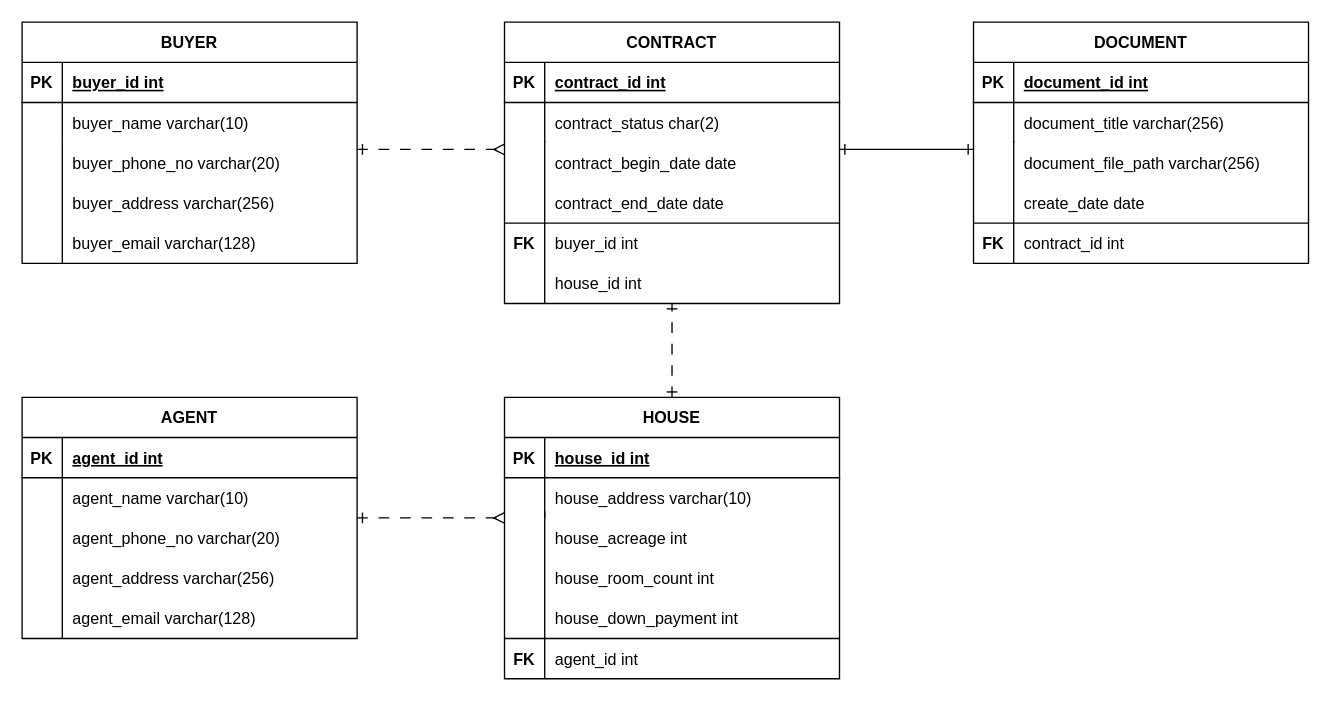
Earlier version of the draw.io diagram 제목 없는 다이어그램.drawio (lkis71/core). Source tidied: cells renumbered, new cells numbered last; positions are measured from the earlier drawing's top-left corner, leaving out a move shared by most shapes. Both pictures are drawn from the tidied source at 134%, with x=0, y=0 at pixel (21, 21).
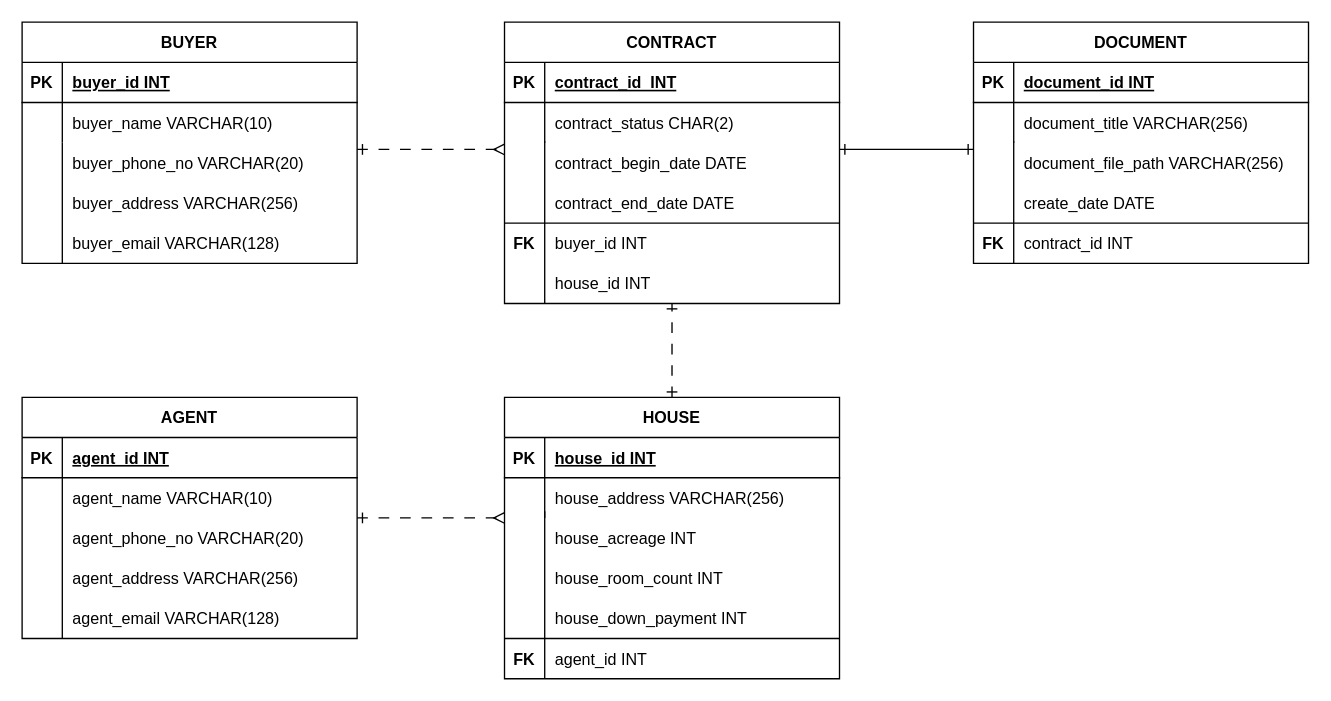
After the change.

Commit message:
컬럼 타입 대문자로 변경

The change refers to these unchanged cells:
```xml
<mxCell id="3" style="shape=partialRectangle;fillColor=none;top=0;left=0;right=0;bottom=1;" parent="2" vertex="1">
  <mxGeometry y="30" width="250" height="30" as="geometry" />
</mxCell>
<mxCell id="6" style="shape=partialRectangle;fillColor=none;top=0;left=0;right=0;bottom=0;" parent="2" vertex="1">
  <mxGeometry y="60" width="250" height="30" as="geometry" />
</mxCell>
<mxCell id="14" style="shape=partialRectangle;fillColor=none;top=0;left=0;right=0;bottom=1;" parent="13" vertex="1">
  <mxGeometry y="30" width="250" height="30" as="geometry" />
</mxCell>
<mxCell id="17" style="shape=partialRectangle;fillColor=none;top=0;left=0;right=0;bottom=0;" parent="13" vertex="1">
  <mxGeometry y="60" width="250" height="30" as="geometry" />
</mxCell>
<mxCell id="21" style="shape=partialRectangle;fillColor=none;top=0;left=0;right=0;bottom=1;" parent="20" vertex="1">
  <mxGeometry y="30" width="250" height="30" as="geometry" />
</mxCell>
<mxCell id="24" style="shape=partialRectangle;fillColor=none;top=0;left=0;right=0;bottom=0;" parent="20" vertex="1">
  <mxGeometry y="60" width="250" height="30" as="geometry" />
</mxCell>
<mxCell id="28" style="shape=partialRectangle;fillColor=none;top=0;left=0;right=0;bottom=1;" parent="27" vertex="1">
  <mxGeometry y="30" width="250" height="30" as="geometry" />
</mxCell>
<mxCell id="31" style="shape=partialRectangle;fillColor=none;top=0;left=0;right=0;bottom=0;" parent="27" vertex="1">
  <mxGeometry y="60" width="250" height="30" as="geometry" />
</mxCell>
<mxCell id="35" style="shape=partialRectangle;fillColor=none;top=0;left=0;right=0;bottom=1;" parent="34" vertex="1">
  <mxGeometry y="30" width="250" height="30" as="geometry" />
</mxCell>
<mxCell id="38" style="shape=partialRectangle;fillColor=none;top=0;left=0;right=0;bottom=0;" parent="34" vertex="1">
  <mxGeometry y="60" width="250" height="30" as="geometry" />
</mxCell>
```

Diff of the diagram source:
```diff
@@
-    <mxCell id="5" value="buyer_id int" style="shape=partialRectangle;overflow=hidden;fillColor=none;top=0;left=0;bottom=0;right=0;align=left;spacingLeft=6;fontStyle=5;" parent="3" vertex="1">
+    <mxCell id="5" value="buyer_id INT" style="shape=partialRectangle;overflow=hidden;fillColor=none;top=0;left=0;bottom=0;right=0;align=left;spacingLeft=6;fontStyle=5;" parent="3" vertex="1">
       <mxGeometry x="30" width="220" height="30" as="geometry" />
     </mxCell>
@@
-    <mxCell id="8" value="buyer_name varchar(10)" style="shape=partialRectangle;overflow=hidden;fillColor=none;top=0;left=0;bottom=0;right=0;align=left;spacingLeft=6;" parent="6" vertex="1">
+    <mxCell id="8" value="buyer_name VARCHAR(10)" style="shape=partialRectangle;overflow=hidden;fillColor=none;top=0;left=0;bottom=0;right=0;align=left;spacingLeft=6;" parent="6" vertex="1">
       <mxGeometry x="30" width="220" height="30" as="geometry" />
     </mxCell>
-    <mxCell id="9" value="buyer_phone_no varchar(20)" style="shape=partialRectangle;overflow=hidden;fillColor=none;top=0;left=0;bottom=0;right=0;align=left;spacingLeft=6;" parent="1" vertex="1">
+    <mxCell id="9" value="buyer_phone_no VARCHAR(20)" style="shape=partialRectangle;overflow=hidden;fillColor=none;top=0;left=0;bottom=0;right=0;align=left;spacingLeft=6;" parent="1" vertex="1">
       <mxGeometry x="30" y="90" width="220" height="30" as="geometry" />
     </mxCell>
-    <mxCell id="10" value="buyer_address varchar(256)" style="shape=partialRectangle;overflow=hidden;fillColor=none;top=0;left=0;bottom=0;right=0;align=left;spacingLeft=6;" parent="1" vertex="1">
+    <mxCell id="10" value="buyer_address VARCHAR(256)" style="shape=partialRectangle;overflow=hidden;fillColor=none;top=0;left=0;bottom=0;right=0;align=left;spacingLeft=6;" parent="1" vertex="1">
       <mxGeometry x="30" y="120" width="220" height="30" as="geometry" />
     </mxCell>
-    <mxCell id="11" value="buyer_email varchar(128)" style="shape=partialRectangle;overflow=hidden;fillColor=none;top=0;left=0;bottom=0;right=0;align=left;spacingLeft=6;" parent="1" vertex="1">
+    <mxCell id="11" value="buyer_email VARCHAR(128)" style="shape=partialRectangle;overflow=hidden;fillColor=none;top=0;left=0;bottom=0;right=0;align=left;spacingLeft=6;" parent="1" vertex="1">
       <mxGeometry x="30" y="150" width="220" height="30" as="geometry" />
     </mxCell>
@@
-    <mxCell id="16" value="contract_id int" style="shape=partialRectangle;overflow=hidden;fillColor=none;top=0;left=0;bottom=0;right=0;align=left;spacingLeft=6;fontStyle=5;" parent="14" vertex="1">
+    <mxCell id="16" value="contract_id  INT" style="shape=partialRectangle;overflow=hidden;fillColor=none;top=0;left=0;bottom=0;right=0;align=left;spacingLeft=6;fontStyle=5;" parent="14" vertex="1">
       <mxGeometry x="30" width="220" height="30" as="geometry" />
     </mxCell>
@@
-    <mxCell id="19" value="contract_status char(2)" style="shape=partialRectangle;overflow=hidden;fillColor=none;top=0;left=0;bottom=0;right=0;align=left;spacingLeft=6;" parent="17" vertex="1">
+    <mxCell id="19" value="contract_status CHAR(2)" style="shape=partialRectangle;overflow=hidden;fillColor=none;top=0;left=0;bottom=0;right=0;align=left;spacingLeft=6;" parent="17" vertex="1">
       <mxGeometry x="30" width="220" height="30" as="geometry" />
     </mxCell>
@@
-    <mxCell id="23" value="document_id int" style="shape=partialRectangle;overflow=hidden;fillColor=none;top=0;left=0;bottom=0;right=0;align=left;spacingLeft=6;fontStyle=5;" parent="21" vertex="1">
+    <mxCell id="23" value="document_id INT" style="shape=partialRectangle;overflow=hidden;fillColor=none;top=0;left=0;bottom=0;right=0;align=left;spacingLeft=6;fontStyle=5;" parent="21" vertex="1">
       <mxGeometry x="30" width="220" height="30" as="geometry" />
     </mxCell>
@@
-    <mxCell id="26" value="document_title varchar(256)" style="shape=partialRectangle;overflow=hidden;fillColor=none;top=0;left=0;bottom=0;right=0;align=left;spacingLeft=6;" parent="24" vertex="1">
+    <mxCell id="26" value="document_title VARCHAR(256)" style="shape=partialRectangle;overflow=hidden;fillColor=none;top=0;left=0;bottom=0;right=0;align=left;spacingLeft=6;" parent="24" vertex="1">
       <mxGeometry x="30" width="220" height="30" as="geometry" />
     </mxCell>
@@
-    <mxCell id="30" value="house_id int" style="shape=partialRectangle;overflow=hidden;fillColor=none;top=0;left=0;bottom=0;right=0;align=left;spacingLeft=6;fontStyle=5;" parent="28" vertex="1">
+    <mxCell id="30" value="house_id INT" style="shape=partialRectangle;overflow=hidden;fillColor=none;top=0;left=0;bottom=0;right=0;align=left;spacingLeft=6;fontStyle=5;" parent="28" vertex="1">
       <mxGeometry x="30" width="220" height="30" as="geometry" />
     </mxCell>
@@
-    <mxCell id="33" value="house_address varchar(10)" style="shape=partialRectangle;overflow=hidden;fillColor=none;top=0;left=0;bottom=0;right=0;align=left;spacingLeft=6;" parent="31" vertex="1">
+    <mxCell id="33" value="house_address VARCHAR(256)" style="shape=partialRectangle;overflow=hidden;fillColor=none;top=0;left=0;bottom=0;right=0;align=left;spacingLeft=6;" parent="31" vertex="1">
       <mxGeometry x="30" width="220" height="30" as="geometry" />
     </mxCell>
@@
-    <mxCell id="37" value="agent_id int" style="shape=partialRectangle;overflow=hidden;fillColor=none;top=0;left=0;bottom=0;right=0;align=left;spacingLeft=6;fontStyle=5;" parent="35" vertex="1">
+    <mxCell id="37" value="agent_id INT" style="shape=partialRectangle;overflow=hidden;fillColor=none;top=0;left=0;bottom=0;right=0;align=left;spacingLeft=6;fontStyle=5;" parent="35" vertex="1">
       <mxGeometry x="30" width="220" height="30" as="geometry" />
     </mxCell>
@@
-    <mxCell id="40" value="agent_name varchar(10)" style="shape=partialRectangle;overflow=hidden;fillColor=none;top=0;left=0;bottom=0;right=0;align=left;spacingLeft=6;" parent="38" vertex="1">
+    <mxCell id="40" value="agent_name VARCHAR(10)" style="shape=partialRectangle;overflow=hidden;fillColor=none;top=0;left=0;bottom=0;right=0;align=left;spacingLeft=6;" parent="38" vertex="1">
       <mxGeometry x="30" width="220" height="30" as="geometry" />
     </mxCell>
@@
-    <mxCell id="45" value="contract_end_date date" style="shape=partialRectangle;overflow=hidden;fillColor=none;top=0;left=0;bottom=0;right=0;align=left;spacingLeft=6;" parent="1" vertex="1">
+    <mxCell id="45" value="contract_end_date DATE" style="shape=partialRectangle;overflow=hidden;fillColor=none;top=0;left=0;bottom=0;right=0;align=left;spacingLeft=6;" parent="1" vertex="1">
       <mxGeometry x="390" y="120" width="220" height="30" as="geometry" />
     </mxCell>
-    <mxCell id="46" value="buyer_id int" style="shape=partialRectangle;overflow=hidden;fillColor=none;top=0;left=0;bottom=0;right=0;align=left;spacingLeft=6;" parent="1" vertex="1">
+    <mxCell id="46" value="buyer_id INT" style="shape=partialRectangle;overflow=hidden;fillColor=none;top=0;left=0;bottom=0;right=0;align=left;spacingLeft=6;" parent="1" vertex="1">
       <mxGeometry x="390" y="150" width="220" height="30" as="geometry" />
     </mxCell>
@@
-    <mxCell id="50" value="agent_phone_no varchar(20)" style="shape=partialRectangle;overflow=hidden;fillColor=none;top=0;left=0;bottom=0;right=0;align=left;spacingLeft=6;" parent="1" vertex="1">
+    <mxCell id="50" value="agent_phone_no VARCHAR(20)" style="shape=partialRectangle;overflow=hidden;fillColor=none;top=0;left=0;bottom=0;right=0;align=left;spacingLeft=6;" parent="1" vertex="1">
       <mxGeometry x="30" y="370" width="220" height="30" as="geometry" />
     </mxCell>
-    <mxCell id="51" value="agent_address varchar(256)" style="shape=partialRectangle;overflow=hidden;fillColor=none;top=0;left=0;bottom=0;right=0;align=left;spacingLeft=6;" parent="1" vertex="1">
+    <mxCell id="51" value="agent_address VARCHAR(256)" style="shape=partialRectangle;overflow=hidden;fillColor=none;top=0;left=0;bottom=0;right=0;align=left;spacingLeft=6;" parent="1" vertex="1">
       <mxGeometry x="30" y="400" width="220" height="30" as="geometry" />
     </mxCell>
-    <mxCell id="52" value="agent_email varchar(128)" style="shape=partialRectangle;overflow=hidden;fillColor=none;top=0;left=0;bottom=0;right=0;align=left;spacingLeft=6;" parent="1" vertex="1">
+    <mxCell id="52" value="agent_email VARCHAR(128)" style="shape=partialRectangle;overflow=hidden;fillColor=none;top=0;left=0;bottom=0;right=0;align=left;spacingLeft=6;" parent="1" vertex="1">
       <mxGeometry x="30" y="430" width="220" height="30" as="geometry" />
     </mxCell>
@@
-    <mxCell id="54" value="house_acreage int" style="shape=partialRectangle;overflow=hidden;fillColor=none;top=0;left=0;bottom=0;right=0;align=left;spacingLeft=6;" parent="1" vertex="1">
+    <mxCell id="54" value="house_acreage INT" style="shape=partialRectangle;overflow=hidden;fillColor=none;top=0;left=0;bottom=0;right=0;align=left;spacingLeft=6;" parent="1" vertex="1">
       <mxGeometry x="390" y="370" width="220" height="30" as="geometry" />
     </mxCell>
-    <mxCell id="55" value="house_room_count int" style="shape=partialRectangle;overflow=hidden;fillColor=none;top=0;left=0;bottom=0;right=0;align=left;spacingLeft=6;" parent="1" vertex="1">
+    <mxCell id="55" value="house_room_count INT" style="shape=partialRectangle;overflow=hidden;fillColor=none;top=0;left=0;bottom=0;right=0;align=left;spacingLeft=6;" parent="1" vertex="1">
       <mxGeometry x="390" y="400" width="220" height="30" as="geometry" />
     </mxCell>
-    <mxCell id="56" value="house_down_payment int" style="shape=partialRectangle;overflow=hidden;fillColor=none;top=0;left=0;bottom=0;right=0;align=left;spacingLeft=6;" parent="1" vertex="1">
+    <mxCell id="56" value="house_down_payment INT" style="shape=partialRectangle;overflow=hidden;fillColor=none;top=0;left=0;bottom=0;right=0;align=left;spacingLeft=6;" parent="1" vertex="1">
       <mxGeometry x="390" y="430" width="220" height="30" as="geometry" />
     </mxCell>
@@
-    <mxCell id="58" value="agent_id int" style="shape=partialRectangle;overflow=hidden;fillColor=none;top=0;left=0;bottom=0;right=0;align=left;spacingLeft=6;" parent="1" vertex="1">
+    <mxCell id="58" value="agent_id INT" style="shape=partialRectangle;overflow=hidden;fillColor=none;top=0;left=0;bottom=0;right=0;align=left;spacingLeft=6;" parent="1" vertex="1">
       <mxGeometry x="390" y="460" width="220" height="30" as="geometry" />
     </mxCell>
@@
-    <mxCell id="61" value="contract_begin_date date" style="shape=partialRectangle;overflow=hidden;fillColor=none;top=0;left=0;bottom=0;right=0;align=left;spacingLeft=6;" parent="1" vertex="1">
+    <mxCell id="61" value="contract_begin_date DATE" style="shape=partialRectangle;overflow=hidden;fillColor=none;top=0;left=0;bottom=0;right=0;align=left;spacingLeft=6;" parent="1" vertex="1">
       <mxGeometry x="390" y="90" width="220" height="30" as="geometry" />
     </mxCell>
-    <mxCell id="62" value="house_id int" style="shape=partialRectangle;overflow=hidden;fillColor=none;top=0;left=0;bottom=0;right=0;align=left;spacingLeft=6;" parent="1" vertex="1">
+    <mxCell id="62" value="house_id INT" style="shape=partialRectangle;overflow=hidden;fillColor=none;top=0;left=0;bottom=0;right=0;align=left;spacingLeft=6;" parent="1" vertex="1">
       <mxGeometry x="390" y="180" width="220" height="30" as="geometry" />
     </mxCell>
-    <mxCell id="63" value="document_file_path varchar(256)" style="shape=partialRectangle;overflow=hidden;fillColor=none;top=0;left=0;bottom=0;right=0;align=left;spacingLeft=6;" parent="1" vertex="1">
+    <mxCell id="63" value="document_file_path VARCHAR(256)" style="shape=partialRectangle;overflow=hidden;fillColor=none;top=0;left=0;bottom=0;right=0;align=left;spacingLeft=6;" parent="1" vertex="1">
       <mxGeometry x="740" y="90" width="220" height="30" as="geometry" />
     </mxCell>
-    <mxCell id="64" value="create_date date" style="shape=partialRectangle;overflow=hidden;fillColor=none;top=0;left=0;bottom=0;right=0;align=left;spacingLeft=6;" parent="1" vertex="1">
+    <mxCell id="64" value="create_date DATE" style="shape=partialRectangle;overflow=hidden;fillColor=none;top=0;left=0;bottom=0;right=0;align=left;spacingLeft=6;" parent="1" vertex="1">
       <mxGeometry x="740" y="120" width="220" height="30" as="geometry" />
     </mxCell>
@@
-    <mxCell id="66" value="contract_id int" style="shape=partialRectangle;overflow=hidden;fillColor=none;top=0;left=0;bottom=0;right=0;align=left;spacingLeft=6;" parent="1" vertex="1">
+    <mxCell id="66" value="contract_id INT" style="shape=partialRectangle;overflow=hidden;fillColor=none;top=0;left=0;bottom=0;right=0;align=left;spacingLeft=6;" parent="1" vertex="1">
       <mxGeometry x="740" y="150" width="220" height="30" as="geometry" />
     </mxCell>
```
